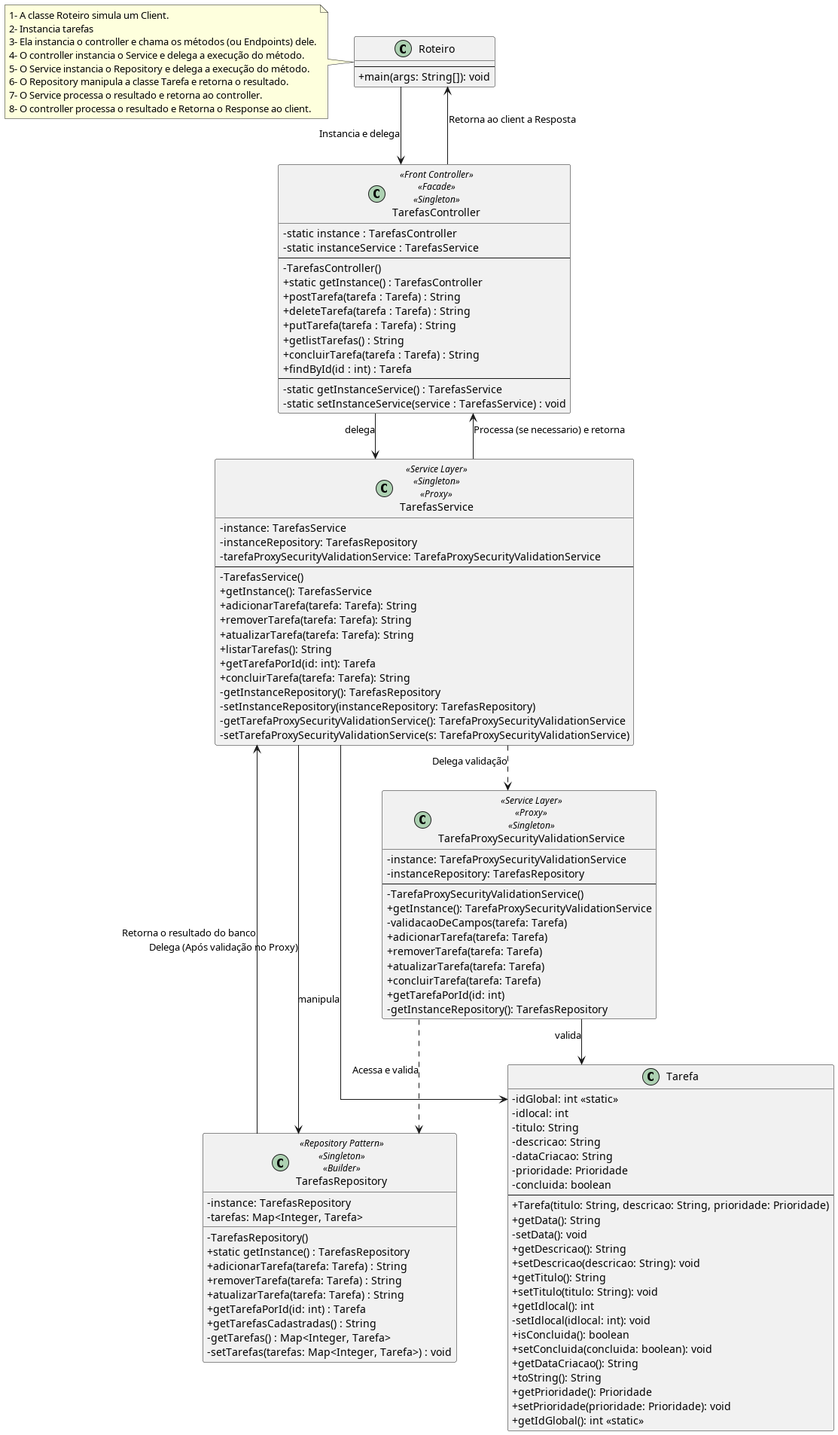
The PlantUML diagram out/estruturasUmls/arquitetura/arquitetura/arquitetura.png in MrJabes762/Sistema-de-Gerenciamento-de-Tarefas, before a commit.
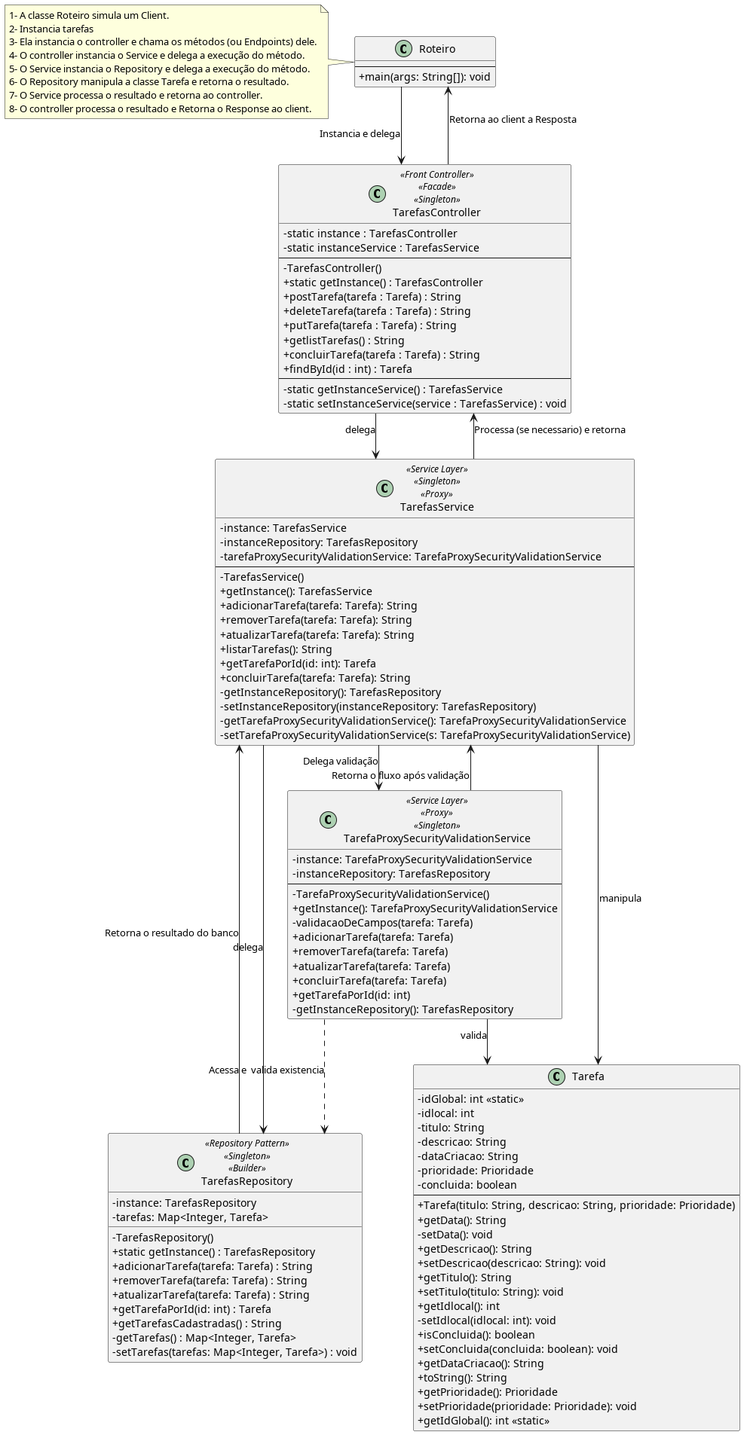
Later version of the same file.

Commit message:
Feat: Atualização na documentação da arquitetura

Diff of the diagram source:
```diff
@@ -12,9 +12,10 @@
 Roteiro --> TarefasController :  Instancia e delega
 TarefasController --> TarefasService : delega
 TarefasService --> Tarefa : manipula
-TarefasService ..> TarefaProxySecurityValidationService : Delega validação
-TarefasService --> TarefasRepository : Delega (Após validação no Proxy)
-TarefaProxySecurityValidationService ..> TarefasRepository :  Acessa e valida
+TarefasService --> TarefaProxySecurityValidationService : Delega validação
+TarefaProxySecurityValidationService ..> TarefasRepository :  Acessa e  valida existencia
+TarefaProxySecurityValidationService --> TarefasService : Retorna o fluxo após validação
+TarefasService --> TarefasRepository : delega
 TarefaProxySecurityValidationService --> Tarefa : valida
 
 TarefasRepository --> TarefasService : Retorna o resultado do banco
```
